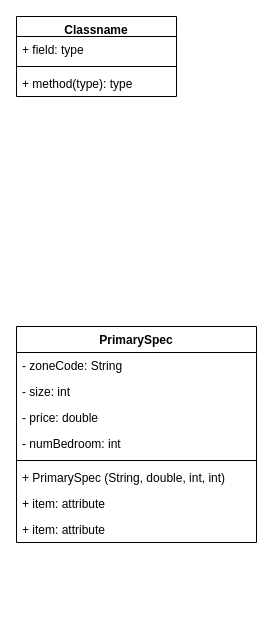
The draw.io diagram OOP/RealtyDatabase/RealtyDatabase.drawio in wang-owen/ICS4U, before the edit. Source tidied: cells renumbered, new cells numbered last; positions are measured from the earlier drawing's top-left corner, leaving out a move shared by most shapes. Both pictures are drawn from the tidied source at 100%, with x=0, y=0 at pixel (16, 16).
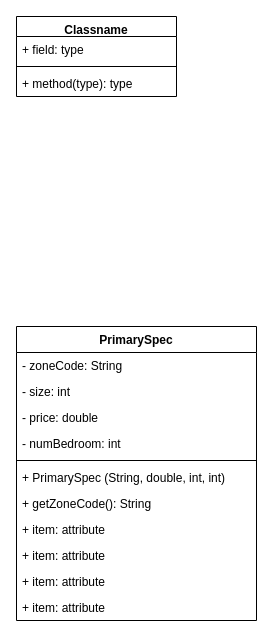
Above is the later version.

The edit, as a diff of the source:
```diff
@@
 <mxGraphModel>
   <root>
     <mxCell id="0" />
     <mxCell id="1" parent="0" />
     <mxCell id="2" value="PrimarySpec" style="swimlane;fontStyle=1;align=center;verticalAlign=top;horizontal=1;startSize=26;" parent="1" vertex="1">
-      <mxGeometry y="310" width="240" height="216" as="geometry" />
+      <mxGeometry y="310" width="240" height="294" as="geometry" />
     </mxCell>
     <mxCell id="3" value="- zoneCode: String" style="text;strokeColor=none;fillColor=none;align=left;verticalAlign=top;spacingLeft=4;spacingRight=4;overflow=hidden;" parent="2" vertex="1">
       <mxGeometry y="26" width="240" height="26" as="geometry" />
     </mxCell>
     <mxCell id="4" value="- size: int" style="text;strokeColor=none;fillColor=none;align=left;verticalAlign=top;spacingLeft=4;spacingRight=4;overflow=hidden;" parent="2" vertex="1">
       <mxGeometry y="52" width="240" height="26" as="geometry" />
     </mxCell>
     <mxCell id="5" value="- price: double" style="text;strokeColor=none;fillColor=none;align=left;verticalAlign=top;spacingLeft=4;spacingRight=4;overflow=hidden;" parent="2" vertex="1">
       <mxGeometry y="78" width="240" height="26" as="geometry" />
     </mxCell>
     <mxCell id="6" value="- numBedroom: int" style="text;strokeColor=none;fillColor=none;align=left;verticalAlign=top;spacingLeft=4;spacingRight=4;overflow=hidden;" parent="2" vertex="1">
       <mxGeometry y="104" width="240" height="26" as="geometry" />
     </mxCell>
     <mxCell id="7" style="line;strokeWidth=1;fillColor=none;align=left;verticalAlign=middle;spacingTop=-1;spacingLeft=3;spacingRight=3;labelPosition=right;strokeColor=inherit;" parent="2" vertex="1">
       <mxGeometry y="130" width="240" height="8" as="geometry" />
     </mxCell>
     <mxCell id="8" value="+ PrimarySpec (String, double, int, int)" style="text;strokeColor=none;fillColor=none;align=left;verticalAlign=top;spacingLeft=4;spacingRight=4;overflow=hidden;" parent="2" vertex="1">
       <mxGeometry y="138" width="240" height="26" as="geometry" />
     </mxCell>
-    <mxCell id="9" value="+ item: attribute" style="text;strokeColor=none;fillColor=none;align=left;verticalAlign=top;spacingLeft=4;spacingRight=4;overflow=hidden;" parent="2" vertex="1">
+    <mxCell id="9" value="+ getZoneCode(): String" style="text;strokeColor=none;fillColor=none;align=left;verticalAlign=top;spacingLeft=4;spacingRight=4;overflow=hidden;" parent="2" vertex="1">
       <mxGeometry y="164" width="240" height="26" as="geometry" />
     </mxCell>
     <mxCell id="10" value="+ item: attribute" style="text;strokeColor=none;fillColor=none;align=left;verticalAlign=top;spacingLeft=4;spacingRight=4;overflow=hidden;" parent="2" vertex="1">
       <mxGeometry y="190" width="240" height="26" as="geometry" />
     </mxCell>
+    <mxCell id="15" value="+ item: attribute" style="text;strokeColor=none;fillColor=none;align=left;verticalAlign=top;spacingLeft=4;spacingRight=4;overflow=hidden;" parent="2" vertex="1">
+      <mxGeometry y="216" width="240" height="26" as="geometry" />
+    </mxCell>
+    <mxCell id="16" value="+ item: attribute" style="text;strokeColor=none;fillColor=none;align=left;verticalAlign=top;spacingLeft=4;spacingRight=4;overflow=hidden;" parent="2" vertex="1">
+      <mxGeometry y="242" width="240" height="26" as="geometry" />
+    </mxCell>
+    <mxCell id="17" value="+ item: attribute" style="text;strokeColor=none;fillColor=none;align=left;verticalAlign=top;spacingLeft=4;spacingRight=4;overflow=hidden;" parent="2" vertex="1">
+      <mxGeometry y="268" width="240" height="26" as="geometry" />
+    </mxCell>
     <mxCell id="11" value="Classname" style="swimlane;fontStyle=1;align=center;verticalAlign=top;horizontal=1;startSize=20;" parent="1" vertex="1">
       <mxGeometry width="160" height="80" as="geometry" />
     </mxCell>
     <mxCell id="12" value="+ field: type" style="text;strokeColor=none;fillColor=none;align=left;verticalAlign=top;spacingLeft=4;spacingRight=4;overflow=hidden;" parent="11" vertex="1">
       <mxGeometry y="20" width="160" height="26" as="geometry" />
     </mxCell>
     <mxCell id="13" style="line;strokeWidth=1;fillColor=none;align=left;verticalAlign=middle;spacingTop=-1;spacingLeft=3;spacingRight=3;labelPosition=right;strokeColor=inherit;" parent="11" vertex="1">
       <mxGeometry y="46" width="160" height="8" as="geometry" />
     </mxCell>
     <mxCell id="14" value="+ method(type): type" style="text;strokeColor=none;fillColor=none;align=left;verticalAlign=top;spacingLeft=4;spacingRight=4;overflow=hidden;" parent="11" vertex="1">
       <mxGeometry y="54" width="160" height="26" as="geometry" />
     </mxCell>
   </root>
 </mxGraphModel>
```
